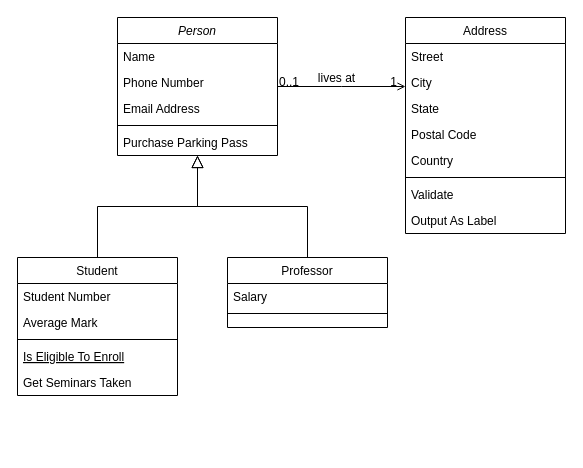
Before: 未命名绘图.drawio in JiangLongLiu/aDrawIO, a draw.io diagram. Source tidied: cells renumbered, new cells numbered last; positions are measured from the earlier drawing's top-left corner, leaving out a move shared by most shapes. Both pictures are drawn from the tidied source at 100%, with x=0, y=0 at pixel (17, 17).
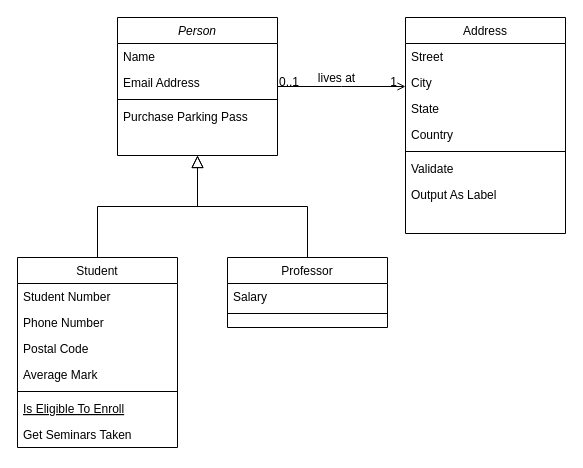
Above is the later version.

Commit message:
更新未命名绘图.drawio

The change refers to these unchanged cells:
```xml
<mxCell id="2" value="Person" style="swimlane;fontStyle=2;align=center;verticalAlign=top;horizontal=1;startSize=26;rounded=0;shadow=0;strokeWidth=1;" parent="1" vertex="1">
  <mxGeometry x="100" width="160" height="138" as="geometry" />
</mxCell>
<mxCell id="19" value="Address" style="swimlane;fontStyle=0;align=center;verticalAlign=top;horizontal=1;startSize=26;rounded=0;shadow=0;strokeWidth=1;" parent="1" vertex="1">
  <mxGeometry x="388" width="160" height="216" as="geometry" />
</mxCell>
```

Diff of the diagram source:
```diff
@@
-    <mxCell id="4" value="Phone Number" style="text;align=left;verticalAlign=top;spacingLeft=4;spacingRight=4;overflow=hidden;rounded=0;shadow=0;html=0;" parent="2" vertex="1">
-      <mxGeometry y="52" width="160" height="26" as="geometry" />
-    </mxCell>
     <mxCell id="5" value="Email Address" style="text;align=left;verticalAlign=top;spacingLeft=4;spacingRight=4;overflow=hidden;rounded=0;shadow=0;html=0;" parent="2" vertex="1">
-      <mxGeometry y="78" width="160" height="26" as="geometry" />
+      <mxGeometry y="52" width="160" height="26" as="geometry" />
     </mxCell>
     <mxCell id="6" style="line;html=1;strokeWidth=1;align=left;verticalAlign=middle;spacingTop=-1;spacingLeft=3;spacingRight=3;labelPosition=right;" parent="2" vertex="1">
-      <mxGeometry y="104" width="160" height="8" as="geometry" />
+      <mxGeometry y="78" width="160" height="8" as="geometry" />
     </mxCell>
     <mxCell id="7" value="Purchase Parking Pass" style="text;align=left;verticalAlign=top;spacingLeft=4;spacingRight=4;overflow=hidden;" parent="2" vertex="1">
-      <mxGeometry y="112" width="160" height="26" as="geometry" />
+      <mxGeometry y="86" width="160" height="26" as="geometry" />
     </mxCell>
     <mxCell id="8" value="Student" style="swimlane;fontStyle=0;align=center;verticalAlign=top;horizontal=1;startSize=26;rounded=0;shadow=0;strokeWidth=1;" parent="1" vertex="1">
-      <mxGeometry y="240" width="160" height="138" as="geometry" />
+      <mxGeometry y="240" width="160" height="190" as="geometry" />
     </mxCell>
@@
+    <mxCell id="4" value="Phone Number" style="text;align=left;verticalAlign=top;spacingLeft=4;spacingRight=4;overflow=hidden;rounded=0;shadow=0;html=0;" parent="8" vertex="1">
+      <mxGeometry y="52" width="160" height="26" as="geometry" />
+    </mxCell>
+    <mxCell id="23" value="Postal Code" style="text;align=left;verticalAlign=top;spacingLeft=4;spacingRight=4;overflow=hidden;rounded=0;shadow=0;html=0;" parent="8" vertex="1">
+      <mxGeometry y="78" width="160" height="26" as="geometry" />
+    </mxCell>
     <mxCell id="10" value="Average Mark" style="text;align=left;verticalAlign=top;spacingLeft=4;spacingRight=4;overflow=hidden;rounded=0;shadow=0;html=0;" parent="8" vertex="1">
-      <mxGeometry y="52" width="160" height="26" as="geometry" />
+      <mxGeometry y="104" width="160" height="26" as="geometry" />
     </mxCell>
     <mxCell id="11" style="line;html=1;strokeWidth=1;align=left;verticalAlign=middle;spacingTop=-1;spacingLeft=3;spacingRight=3;labelPosition=right;" parent="8" vertex="1">
-      <mxGeometry y="78" width="160" height="8" as="geometry" />
+      <mxGeometry y="130" width="160" height="8" as="geometry" />
     </mxCell>
     <mxCell id="12" value="Is Eligible To Enroll" style="text;align=left;verticalAlign=top;spacingLeft=4;spacingRight=4;overflow=hidden;fontStyle=4;" parent="8" vertex="1">
-      <mxGeometry y="86" width="160" height="26" as="geometry" />
+      <mxGeometry y="138" width="160" height="26" as="geometry" />
     </mxCell>
     <mxCell id="13" value="Get Seminars Taken" style="text;align=left;verticalAlign=top;spacingLeft=4;spacingRight=4;overflow=hidden;" parent="8" vertex="1">
-      <mxGeometry y="112" width="160" height="26" as="geometry" />
+      <mxGeometry y="164" width="160" height="26" as="geometry" />
     </mxCell>
@@
-    <mxCell id="23" value="Postal Code" style="text;align=left;verticalAlign=top;spacingLeft=4;spacingRight=4;overflow=hidden;rounded=0;shadow=0;html=0;" parent="19" vertex="1">
-      <mxGeometry y="104" width="160" height="26" as="geometry" />
-    </mxCell>
     <mxCell id="24" value="Country" style="text;align=left;verticalAlign=top;spacingLeft=4;spacingRight=4;overflow=hidden;rounded=0;shadow=0;html=0;" parent="19" vertex="1">
-      <mxGeometry y="130" width="160" height="26" as="geometry" />
+      <mxGeometry y="104" width="160" height="26" as="geometry" />
     </mxCell>
     <mxCell id="25" style="line;html=1;strokeWidth=1;align=left;verticalAlign=middle;spacingTop=-1;spacingLeft=3;spacingRight=3;labelPosition=right;" parent="19" vertex="1">
-      <mxGeometry y="156" width="160" height="8" as="geometry" />
+      <mxGeometry y="130" width="160" height="8" as="geometry" />
     </mxCell>
     <mxCell id="26" value="Validate" style="text;align=left;verticalAlign=top;spacingLeft=4;spacingRight=4;overflow=hidden;" parent="19" vertex="1">
-      <mxGeometry y="164" width="160" height="26" as="geometry" />
+      <mxGeometry y="138" width="160" height="26" as="geometry" />
     </mxCell>
     <mxCell id="27" value="Output As Label" style="text;align=left;verticalAlign=top;spacingLeft=4;spacingRight=4;overflow=hidden;" parent="19" vertex="1">
-      <mxGeometry y="190" width="160" height="26" as="geometry" />
+      <mxGeometry y="164" width="160" height="26" as="geometry" />
     </mxCell>
```
